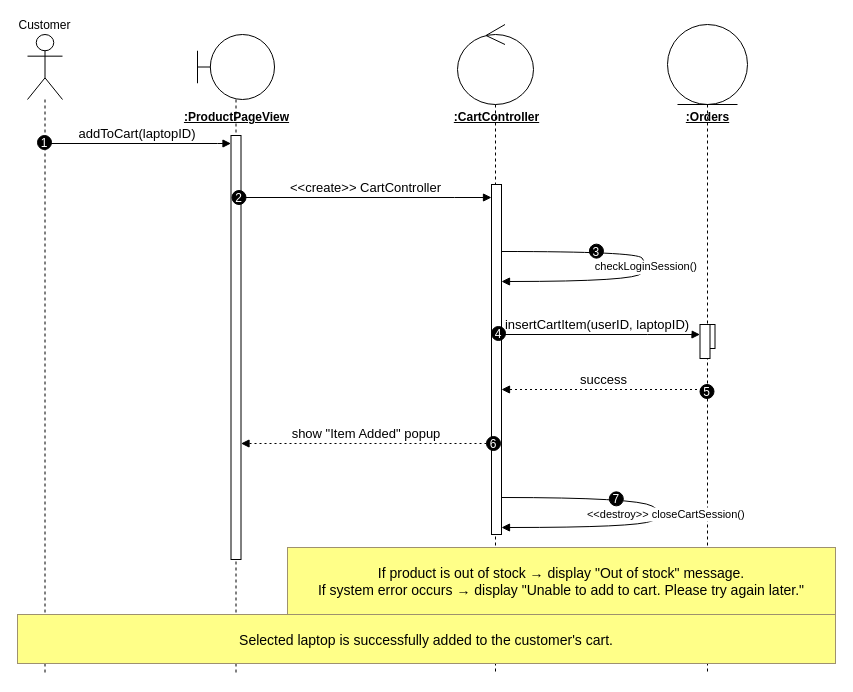
The draw.io diagram Sequence_Diagram/UC_6_AddLaptopToCart.drawio in auphong2707/PTTKHT-Final-Report, before the edit. Source tidied: cells renumbered, new cells numbered last; positions are measured from the earlier drawing's top-left corner, leaving out a move shared by most shapes. Both pictures are drawn from the tidied source at 100%, with x=0, y=0 at pixel (17, 24).
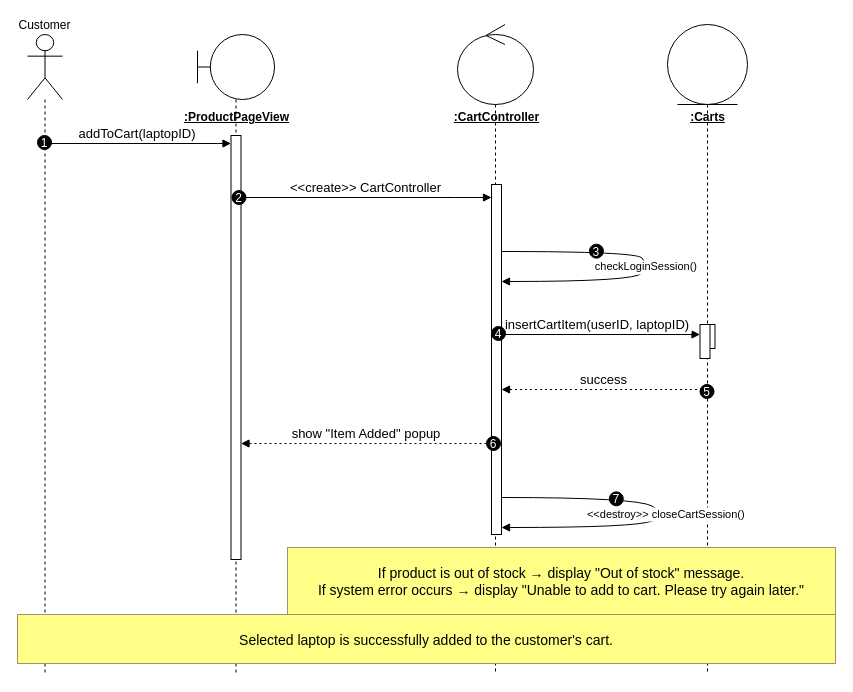
The same diagram, later.

The edit, as a diff of the source:
```diff
@@
-    <mxCell id="9" value="&lt;u&gt;&lt;b&gt;:Orders&lt;/b&gt;&lt;/u&gt;" style="text;html=1;align=center;verticalAlign=middle;" parent="1" vertex="1">
+    <mxCell id="9" value="&lt;u&gt;&lt;b&gt;:Carts&lt;/b&gt;&lt;/u&gt;" style="text;html=1;align=center;verticalAlign=middle;" parent="1" vertex="1">
       <mxGeometry x="615" y="83" width="150" height="20" as="geometry" />
     </mxCell>
```
